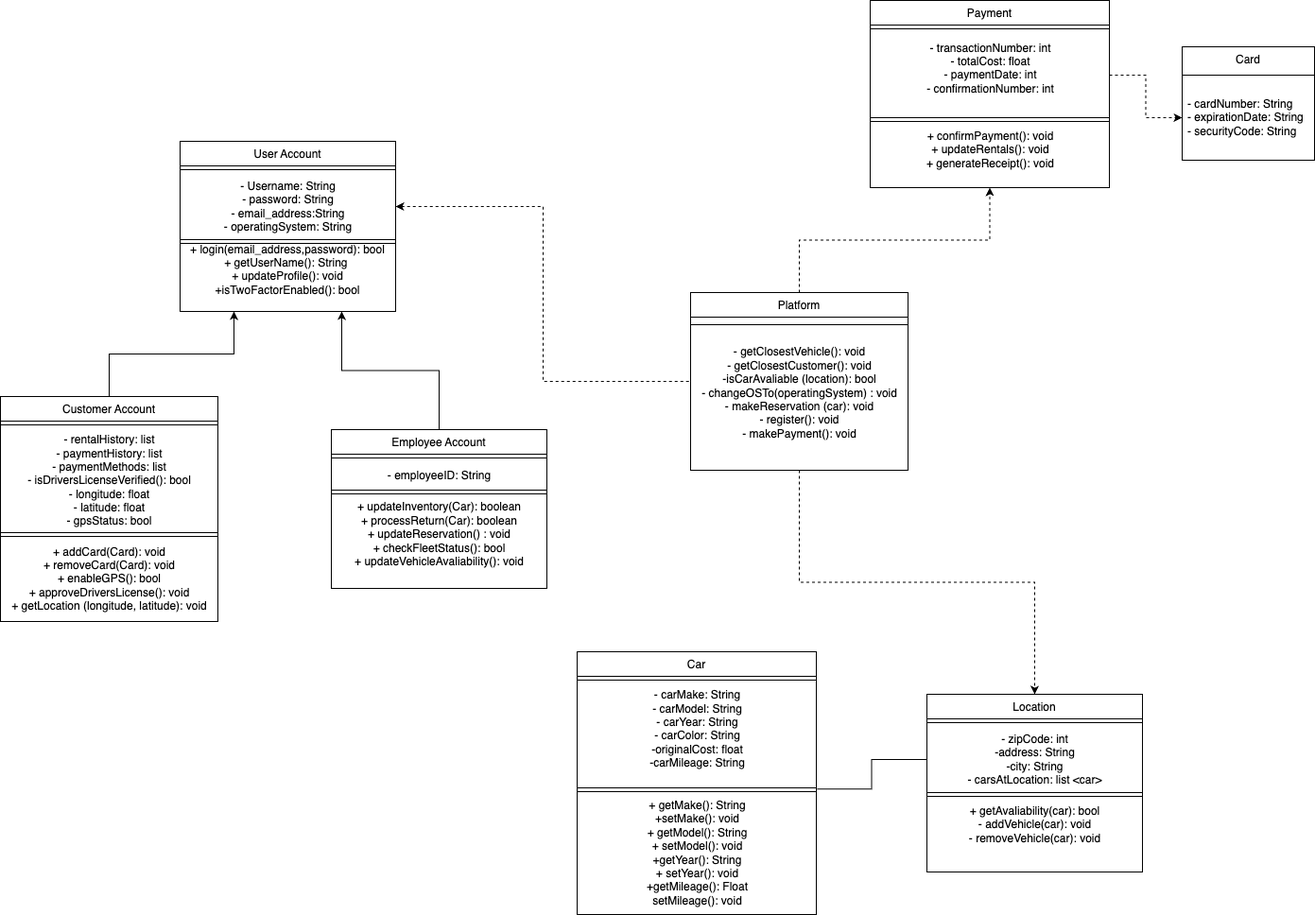
The draw.io diagram UML Diagram.png in alexziao05/CS250-F24-Group12, before a commit. Source tidied: cells renumbered, new cells last; positions are measured from the earlier drawing's top-left corner, leaving out a move shared by most shapes. Its diagram source:
```xml
<mxGraphModel>
  <root>
    <mxCell id="0" />
    <mxCell id="1" parent="0" />
    <mxCell id="2" value="User Account" style="swimlane;fontStyle=0;align=center;verticalAlign=top;horizontal=1;startSize=26;rounded=0;shadow=0;strokeWidth=1;" parent="1" vertex="1">
      <mxGeometry x="190" y="149" width="228" height="180" as="geometry" />
    </mxCell>
    <mxCell id="3" style="line;html=1;strokeWidth=1;align=left;verticalAlign=middle;spacingTop=-1;spacingLeft=3;spacingRight=3;labelPosition=right;" parent="2" vertex="1">
      <mxGeometry y="26" width="228" height="8" as="geometry" />
    </mxCell>
    <mxCell id="4" value="- Username: String&lt;div&gt;- password: String&lt;/div&gt;&lt;div&gt;- email_address:String&lt;/div&gt;&lt;div&gt;- operatingSystem: String&lt;br&gt;&lt;/div&gt;" style="text;html=1;align=center;verticalAlign=middle;points=[];strokeColor=none;fillColor=none;" parent="2" vertex="1">
      <mxGeometry y="34" width="228" height="70" as="geometry" />
    </mxCell>
    <mxCell id="5" style="rounded=0;whiteSpace=wrap;html=1;direction=north;" parent="2" vertex="1">
      <mxGeometry y="104" width="228" height="4" as="geometry" />
    </mxCell>
    <mxCell id="6" value="+ login(email_address,password): bool&lt;div&gt;+ getUserName(): String&amp;nbsp;&lt;/div&gt;&lt;div&gt;+ updateProfile(): void&lt;/div&gt;&lt;div&gt;+isTwoFactorEnabled(): bool&lt;/div&gt;&lt;div&gt;&lt;br&gt;&lt;/div&gt;" style="text;html=1;align=center;verticalAlign=middle;whiteSpace=wrap;rounded=0;" parent="2" vertex="1">
      <mxGeometry y="108" width="228" height="70" as="geometry" />
    </mxCell>
    <mxCell id="7" value="Payment" style="swimlane;fontStyle=0;align=center;verticalAlign=top;horizontal=1;startSize=26;rounded=0;shadow=0;strokeWidth=1;" parent="1" vertex="1">
      <mxGeometry x="920" width="253" height="198" as="geometry" />
    </mxCell>
    <mxCell id="8" style="line;html=1;strokeWidth=1;align=left;verticalAlign=middle;spacingTop=-1;spacingLeft=3;spacingRight=3;labelPosition=right;" parent="7" vertex="1">
      <mxGeometry y="26" width="253" height="8" as="geometry" />
    </mxCell>
    <mxCell id="9" value="- transactionNumber: int&lt;div&gt;- totalCost: float&lt;/div&gt;&lt;div&gt;- paymentDate: int&lt;/div&gt;&lt;div&gt;- confirmationNumber: int&lt;/div&gt;&lt;div&gt;&lt;br&gt;&lt;/div&gt;" style="text;html=1;align=center;verticalAlign=middle;points=[];strokeColor=none;fillColor=none;" parent="7" vertex="1">
      <mxGeometry y="34" width="253" height="90" as="geometry" />
    </mxCell>
    <mxCell id="10" style="rounded=0;whiteSpace=wrap;html=1;direction=north;" parent="7" vertex="1">
      <mxGeometry y="124" width="253" height="4" as="geometry" />
    </mxCell>
    <mxCell id="11" value="&lt;div&gt;+ confirmPayment(): void&lt;/div&gt;&lt;div&gt;+ updateRentals(): void&lt;/div&gt;&lt;div&gt;+ generateReceipt(): void&lt;/div&gt;" style="text;html=1;align=center;verticalAlign=middle;strokeColor=none;fillColor=none;" parent="7" vertex="1">
      <mxGeometry y="128" width="253" height="60" as="geometry" />
    </mxCell>
    <mxCell id="12" style="edgeStyle=orthogonalEdgeStyle;rounded=0;jettySize=auto;html=1;exitX=0.5;exitY=1;exitDx=0;exitDy=0;entryX=0.5;entryY=0;entryDx=0;entryDy=0;dashed=1;" parent="1" edge="1" source="14" target="37">
      <mxGeometry relative="1" as="geometry" />
    </mxCell>
    <mxCell id="13" style="edgeStyle=orthogonalEdgeStyle;rounded=0;jettySize=auto;html=1;exitX=0.5;exitY=0;exitDx=0;exitDy=0;entryX=0.5;entryY=1;entryDx=0;entryDy=0;dashed=1;" parent="1" edge="1" source="14" target="7">
      <mxGeometry relative="1" as="geometry" />
    </mxCell>
    <mxCell id="14" value="Platform" style="swimlane;fontStyle=0;align=center;verticalAlign=top;horizontal=1;startSize=26;rounded=0;shadow=0;strokeWidth=1;" parent="1" vertex="1">
      <mxGeometry x="730" y="309" width="230" height="188" as="geometry" />
    </mxCell>
    <mxCell id="15" style="rounded=0;whiteSpace=wrap;html=1;direction=north;" parent="14" vertex="1">
      <mxGeometry y="26" width="230" height="8" as="geometry" />
    </mxCell>
    <mxCell id="16" style="edgeStyle=orthogonalEdgeStyle;rounded=0;jettySize=auto;html=1;exitX=0;exitY=0.75;exitDx=0;exitDy=0;entryX=0.752;entryY=0;entryDx=0;entryDy=0;entryPerimeter=0;" parent="14" edge="1" source="15" target="17">
      <mxGeometry relative="1" as="geometry" />
    </mxCell>
    <mxCell id="17" value="&lt;div&gt;&lt;br&gt;&lt;/div&gt;&lt;div&gt;- getClosestVehicle(): void&lt;/div&gt;&lt;div&gt;- getClosestCustomer(): void&lt;/div&gt;&lt;div&gt;-isCarAvaliable (location): bool&lt;/div&gt;&lt;div&gt;- changeOSTo(operatingSystem) : void&lt;/div&gt;&lt;div&gt;- makeReservation (car): void&lt;/div&gt;&lt;div&gt;- register(): void&lt;/div&gt;&lt;div&gt;- makePayment(): void&lt;/div&gt;" style="text;html=1;align=center;verticalAlign=middle;points=[];strokeColor=none;fillColor=none;" parent="14" vertex="1">
      <mxGeometry y="34" width="230" height="130" as="geometry" />
    </mxCell>
    <mxCell id="18" value="Card" style="swimlane;fontStyle=0;align=center;verticalAlign=top;horizontal=1;startSize=30;html=1;whiteSpace=wrap;" parent="1" vertex="1">
      <mxGeometry x="1250" y="49" width="140" height="120" as="geometry" />
    </mxCell>
    <mxCell id="19" value="- cardNumber: String&lt;div&gt;- expirationDate: String&lt;/div&gt;&lt;div&gt;- securityCode: String&lt;/div&gt;" style="text;html=1;strokeColor=none;fillColor=none;align=left;verticalAlign=middle;spacingLeft=4;spacingRight=4;overflow=hidden;points=[[0,0.5],[1,0.5]];portConstraint=eastwest;whiteSpace=wrap;" parent="18" vertex="1">
      <mxGeometry y="30" width="140" height="90" as="geometry" />
    </mxCell>
    <mxCell id="20" style="edgeStyle=orthogonalEdgeStyle;rounded=0;jettySize=auto;html=1;exitX=0.5;exitY=0;exitDx=0;exitDy=0;entryX=0.75;entryY=1;entryDx=0;entryDy=0;" parent="1" edge="1" source="21" target="2">
      <mxGeometry relative="1" as="geometry" />
    </mxCell>
    <mxCell id="21" value="Employee Account" style="swimlane;fontStyle=0;align=center;verticalAlign=top;horizontal=1;startSize=26;rounded=0;shadow=0;strokeWidth=1;" parent="1" vertex="1">
      <mxGeometry x="350" y="454" width="228" height="168" as="geometry" />
    </mxCell>
    <mxCell id="22" style="line;html=1;strokeWidth=1;align=left;verticalAlign=middle;spacingTop=-1;spacingLeft=3;spacingRight=3;labelPosition=right;" parent="21" vertex="1">
      <mxGeometry y="26" width="228" height="8" as="geometry" />
    </mxCell>
    <mxCell id="23" value="- employeeID: String" style="text;html=1;align=center;verticalAlign=middle;strokeColor=none;fillColor=none;" parent="21" vertex="1">
      <mxGeometry y="34" width="228" height="30" as="geometry" />
    </mxCell>
    <mxCell id="24" style="rounded=0;whiteSpace=wrap;html=1;direction=north;" parent="21" vertex="1">
      <mxGeometry y="64" width="228" height="4" as="geometry" />
    </mxCell>
    <mxCell id="25" value="+ updateInventory(Car): boolean&lt;div&gt;&lt;span style=&quot;background-color: initial;&quot;&gt;+ processReturn(Car): boolean&lt;/span&gt;&lt;br&gt;&lt;/div&gt;&lt;div&gt;&lt;span style=&quot;background-color: initial;&quot;&gt;+ updateReservation() : void&lt;/span&gt;&lt;/div&gt;&lt;div&gt;&lt;span style=&quot;background-color: initial;&quot;&gt;+ checkFleetStatus(): bool&lt;/span&gt;&lt;/div&gt;&lt;div&gt;&lt;span style=&quot;background-color: initial;&quot;&gt;+ updateVehicleAvaliability(): void&lt;/span&gt;&lt;/div&gt;&lt;div&gt;&lt;span style=&quot;background-color: initial;&quot;&gt;&lt;br&gt;&lt;/span&gt;&lt;/div&gt;" style="text;html=1;align=center;verticalAlign=middle;strokeColor=none;fillColor=none;" parent="21" vertex="1">
      <mxGeometry y="68" width="228" height="100" as="geometry" />
    </mxCell>
    <mxCell id="26" style="edgeStyle=orthogonalEdgeStyle;rounded=0;jettySize=auto;html=1;exitX=0.5;exitY=0;exitDx=0;exitDy=0;entryX=0.25;entryY=1;entryDx=0;entryDy=0;" parent="1" edge="1" source="27" target="2">
      <mxGeometry relative="1" as="geometry" />
    </mxCell>
    <mxCell id="27" value="Customer Account" style="swimlane;fontStyle=0;align=center;verticalAlign=top;horizontal=1;startSize=26;rounded=0;shadow=0;strokeWidth=1;" parent="1" vertex="1">
      <mxGeometry y="419" width="230" height="238" as="geometry" />
    </mxCell>
    <mxCell id="28" style="line;html=1;strokeWidth=1;align=left;verticalAlign=middle;spacingTop=-1;spacingLeft=3;spacingRight=3;labelPosition=right;" parent="27" vertex="1">
      <mxGeometry y="26" width="230" height="8" as="geometry" />
    </mxCell>
    <mxCell id="29" value="&lt;div&gt;- rentalHistory: list&lt;/div&gt;&lt;div&gt;- paymentHistory: list&lt;/div&gt;&lt;div&gt;- paymentMethods: list&lt;/div&gt;&lt;div&gt;- isDriversLicenseVerified(): bool&lt;/div&gt;&lt;div&gt;- longitude: float&lt;/div&gt;&lt;div&gt;- latitude: float&lt;/div&gt;&lt;div&gt;- gpsStatus: bool&lt;/div&gt;" style="text;html=1;align=center;verticalAlign=middle;strokeColor=none;fillColor=none;" parent="27" vertex="1">
      <mxGeometry y="34" width="230" height="110" as="geometry" />
    </mxCell>
    <mxCell id="30" style="rounded=0;whiteSpace=wrap;html=1;direction=north;" parent="27" vertex="1">
      <mxGeometry y="144" width="230" height="4" as="geometry" />
    </mxCell>
    <mxCell id="31" value="+ addCard(Card): void&lt;div&gt;+ removeCard(Card): void&lt;/div&gt;&lt;div&gt;+ enableGPS(): bool&lt;/div&gt;&lt;div&gt;+ approveDriversLicense(): void&lt;/div&gt;&lt;div&gt;+ getLocation (longitude, latitude): void&lt;/div&gt;" style="text;html=1;align=center;verticalAlign=middle;strokeColor=none;fillColor=none;" parent="27" vertex="1">
      <mxGeometry y="148" width="230" height="90" as="geometry" />
    </mxCell>
    <mxCell id="32" value="Car" style="swimlane;fontStyle=0;align=center;verticalAlign=top;horizontal=1;startSize=26;rounded=0;shadow=0;strokeWidth=1;" parent="1" vertex="1">
      <mxGeometry x="610" y="689" width="253" height="278" as="geometry" />
    </mxCell>
    <mxCell id="33" style="line;html=1;strokeWidth=1;align=left;verticalAlign=middle;spacingTop=-1;spacingLeft=3;spacingRight=3;labelPosition=right;" parent="32" vertex="1">
      <mxGeometry y="26" width="253" height="8" as="geometry" />
    </mxCell>
    <mxCell id="34" value="- carMake: String&lt;div&gt;- carModel: String&lt;/div&gt;&lt;div&gt;&lt;span style=&quot;background-color: initial;&quot;&gt;- carYear: String&lt;/span&gt;&lt;/div&gt;&lt;div&gt;- carColor: String&lt;/div&gt;&lt;div&gt;-originalCost: float&lt;/div&gt;&lt;div&gt;-carMileage: String&lt;/div&gt;&lt;div&gt;&lt;br&gt;&lt;/div&gt;" style="text;html=1;align=center;verticalAlign=middle;points=[];strokeColor=none;fillColor=none;" parent="32" vertex="1">
      <mxGeometry y="34" width="253" height="110" as="geometry" />
    </mxCell>
    <mxCell id="35" style="rounded=0;whiteSpace=wrap;html=1;direction=north;" parent="32" vertex="1">
      <mxGeometry y="144" width="253" height="4" as="geometry" />
    </mxCell>
    <mxCell id="36" value="&lt;div&gt;&lt;span style=&quot;background-color: initial;&quot;&gt;+ getMake(): String&lt;/span&gt;&lt;br&gt;&lt;/div&gt;&lt;div&gt;+setMake(): void&lt;/div&gt;&lt;div&gt;+ getModel(): String&lt;/div&gt;&lt;div&gt;&lt;div&gt;&lt;span style=&quot;background-color: initial;&quot;&gt;+ setModel(): void&lt;/span&gt;&lt;br&gt;&lt;/div&gt;&lt;div&gt;+getYear(): String&lt;/div&gt;&lt;div&gt;+ setYear(): void&lt;/div&gt;&lt;/div&gt;&lt;div&gt;+getMileage(): Float&lt;/div&gt;&lt;div&gt;setMileage(): void&lt;/div&gt;" style="text;html=1;align=center;verticalAlign=middle;strokeColor=none;fillColor=none;" parent="32" vertex="1">
      <mxGeometry y="148" width="253" height="130" as="geometry" />
    </mxCell>
    <mxCell id="37" value="Location" style="swimlane;fontStyle=0;align=center;verticalAlign=top;horizontal=1;startSize=26;rounded=0;shadow=0;strokeWidth=1;" parent="1" vertex="1">
      <mxGeometry x="980" y="734" width="228" height="188" as="geometry" />
    </mxCell>
    <mxCell id="38" style="line;html=1;strokeWidth=1;align=left;verticalAlign=middle;spacingTop=-1;spacingLeft=3;spacingRight=3;labelPosition=right;" parent="37" vertex="1">
      <mxGeometry y="26" width="228" height="8" as="geometry" />
    </mxCell>
    <mxCell id="39" value="&lt;div&gt;- zipCode: int&lt;/div&gt;&lt;div&gt;-address: String&lt;/div&gt;&lt;div&gt;-city: String&lt;/div&gt;&lt;div&gt;- carsAtLocation: list &amp;lt;car&amp;gt;&lt;/div&gt;" style="text;html=1;align=center;verticalAlign=middle;points=[];strokeColor=none;fillColor=none;" parent="37" vertex="1">
      <mxGeometry y="34" width="228" height="70" as="geometry" />
    </mxCell>
    <mxCell id="40" style="rounded=0;whiteSpace=wrap;html=1;direction=north;" parent="37" vertex="1">
      <mxGeometry y="104" width="228" height="4" as="geometry" />
    </mxCell>
    <mxCell id="41" value="+ getAvaliability(car): bool&lt;div&gt;- addVehicle(car): void&lt;div&gt;- removeVehicle(car): void&lt;/div&gt;&lt;/div&gt;" style="text;html=1;align=center;verticalAlign=middle;strokeColor=none;fillColor=none;" parent="37" vertex="1">
      <mxGeometry y="108" width="228" height="60" as="geometry" />
    </mxCell>
    <mxCell id="42" style="edgeStyle=orthogonalEdgeStyle;rounded=0;jettySize=auto;html=1;dashed=1;entryX=0;entryY=0.5;entryDx=0;entryDy=0;" parent="1" edge="1" source="9" target="19">
      <mxGeometry relative="1" as="geometry" />
    </mxCell>
    <mxCell id="43" style="edgeStyle=orthogonalEdgeStyle;rounded=0;jettySize=auto;html=1;entryX=1.003;entryY=1.012;entryDx=0;entryDy=0;entryPerimeter=0;endArrow=none;endFill=0;" parent="1" edge="1" source="39" target="34">
      <mxGeometry relative="1" as="geometry" />
    </mxCell>
    <mxCell id="44" style="edgeStyle=orthogonalEdgeStyle;rounded=0;jettySize=auto;html=1;entryX=0;entryY=0.5;entryDx=0;entryDy=0;dashed=1;startArrow=classic;startFill=1;endArrow=none;endFill=0;" parent="1" edge="1" source="4" target="14">
      <mxGeometry relative="1" as="geometry" />
    </mxCell>
  </root>
</mxGraphModel>
```
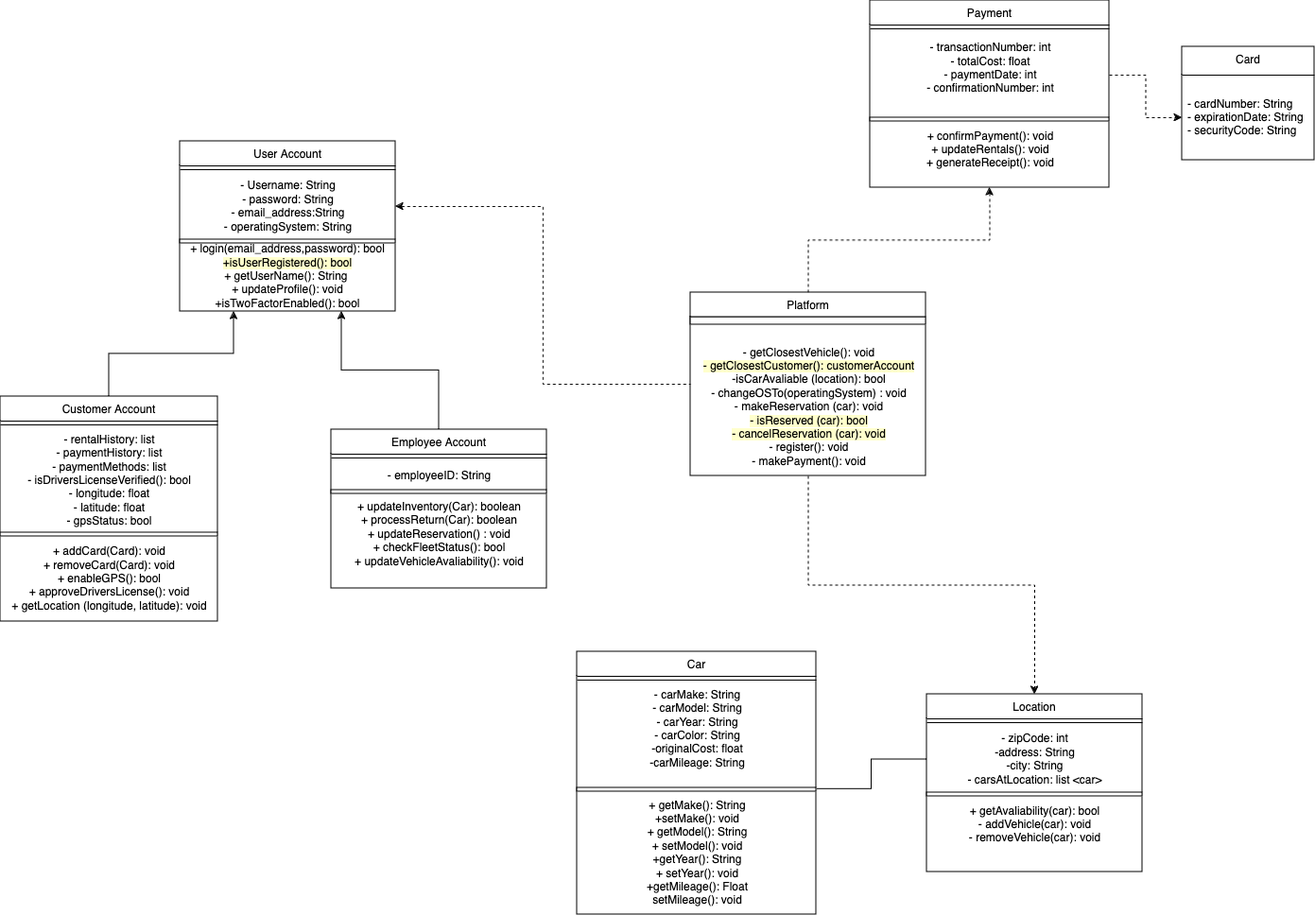
After the change.

Commit message:
Updated UML Diagram PNG and XML

Added more methods to classes for the UML Diagram

What changed in the source:
```diff
@@ -14,7 +14,7 @@
     <mxCell id="5" style="rounded=0;whiteSpace=wrap;html=1;direction=north;" parent="2" vertex="1">
       <mxGeometry y="104" width="228" height="4" as="geometry" />
     </mxCell>
-    <mxCell id="6" value="+ login(email_address,password): bool&lt;div&gt;+ getUserName(): String&amp;nbsp;&lt;/div&gt;&lt;div&gt;+ updateProfile(): void&lt;/div&gt;&lt;div&gt;+isTwoFactorEnabled(): bool&lt;/div&gt;&lt;div&gt;&lt;br&gt;&lt;/div&gt;" style="text;html=1;align=center;verticalAlign=middle;whiteSpace=wrap;rounded=0;" parent="2" vertex="1">
+    <mxCell id="6" value="&lt;div&gt;&lt;br&gt;&lt;/div&gt;+ login(email_address,password): bool&lt;div&gt;&lt;span style=&quot;background-color: rgb(255, 255, 204);&quot;&gt;+isUserRegistered(): bool&lt;/span&gt;&lt;/div&gt;&lt;div&gt;+ getUserName(): String&amp;nbsp;&lt;/div&gt;&lt;div&gt;+ updateProfile(): void&lt;/div&gt;&lt;div&gt;+isTwoFactorEnabled(): bool&lt;/div&gt;&lt;div&gt;&lt;br&gt;&lt;/div&gt;" style="text;html=1;align=center;verticalAlign=middle;whiteSpace=wrap;rounded=0;" parent="2" vertex="1">
       <mxGeometry y="108" width="228" height="70" as="geometry" />
     </mxCell>
     <mxCell id="7" value="Payment" style="swimlane;fontStyle=0;align=center;verticalAlign=top;horizontal=1;startSize=26;rounded=0;shadow=0;strokeWidth=1;" parent="1" vertex="1">
@@ -39,16 +39,16 @@
       <mxGeometry relative="1" as="geometry" />
     </mxCell>
     <mxCell id="14" value="Platform" style="swimlane;fontStyle=0;align=center;verticalAlign=top;horizontal=1;startSize=26;rounded=0;shadow=0;strokeWidth=1;" parent="1" vertex="1">
-      <mxGeometry x="730" y="309" width="230" height="188" as="geometry" />
+      <mxGeometry x="730" y="309" width="249" height="194" as="geometry" />
     </mxCell>
     <mxCell id="15" style="rounded=0;whiteSpace=wrap;html=1;direction=north;" parent="14" vertex="1">
-      <mxGeometry y="26" width="230" height="8" as="geometry" />
+      <mxGeometry y="26" width="249" height="8" as="geometry" />
     </mxCell>
     <mxCell id="16" style="edgeStyle=orthogonalEdgeStyle;rounded=0;jettySize=auto;html=1;exitX=0;exitY=0.75;exitDx=0;exitDy=0;entryX=0.752;entryY=0;entryDx=0;entryDy=0;entryPerimeter=0;" parent="14" edge="1" source="15" target="17">
       <mxGeometry relative="1" as="geometry" />
     </mxCell>
-    <mxCell id="17" value="&lt;div&gt;&lt;br&gt;&lt;/div&gt;&lt;div&gt;- getClosestVehicle(): void&lt;/div&gt;&lt;div&gt;- getClosestCustomer(): void&lt;/div&gt;&lt;div&gt;-isCarAvaliable (location): bool&lt;/div&gt;&lt;div&gt;- changeOSTo(operatingSystem) : void&lt;/div&gt;&lt;div&gt;- makeReservation (car): void&lt;/div&gt;&lt;div&gt;- register(): void&lt;/div&gt;&lt;div&gt;- makePayment(): void&lt;/div&gt;" style="text;html=1;align=center;verticalAlign=middle;points=[];strokeColor=none;fillColor=none;" parent="14" vertex="1">
-      <mxGeometry y="34" width="230" height="130" as="geometry" />
+    <mxCell id="17" value="&lt;div&gt;&lt;br&gt;&lt;/div&gt;&lt;div&gt;- getClosestVehicle(): void&lt;/div&gt;&lt;div&gt;&lt;span style=&quot;background-color: rgb(255, 255, 204);&quot;&gt;- getClosestCustomer(): customerAccount&lt;/span&gt;&lt;/div&gt;&lt;div&gt;-isCarAvaliable (location): bool&lt;/div&gt;&lt;div&gt;- changeOSTo(operatingSystem) : void&lt;/div&gt;&lt;div&gt;- makeReservation (car): void&lt;/div&gt;&lt;div&gt;&lt;span style=&quot;background-color: rgb(255, 255, 204);&quot;&gt;- isReserved (car): bool&lt;/span&gt;&lt;br&gt;&lt;/div&gt;&lt;div&gt;&lt;span style=&quot;background-color: rgb(255, 255, 204);&quot;&gt;- cancelReservation (car): void&lt;/span&gt;&lt;br&gt;&lt;/div&gt;&lt;div&gt;- register(): void&lt;/div&gt;&lt;div&gt;- makePayment(): void&lt;/div&gt;" style="text;html=1;align=center;verticalAlign=middle;points=[];strokeColor=none;fillColor=none;" parent="14" vertex="1">
+      <mxGeometry y="34" width="249" height="160" as="geometry" />
     </mxCell>
     <mxCell id="18" value="Card" style="swimlane;fontStyle=0;align=center;verticalAlign=top;horizontal=1;startSize=30;html=1;whiteSpace=wrap;" parent="1" vertex="1">
       <mxGeometry x="1250" y="49" width="140" height="120" as="geometry" />
```
